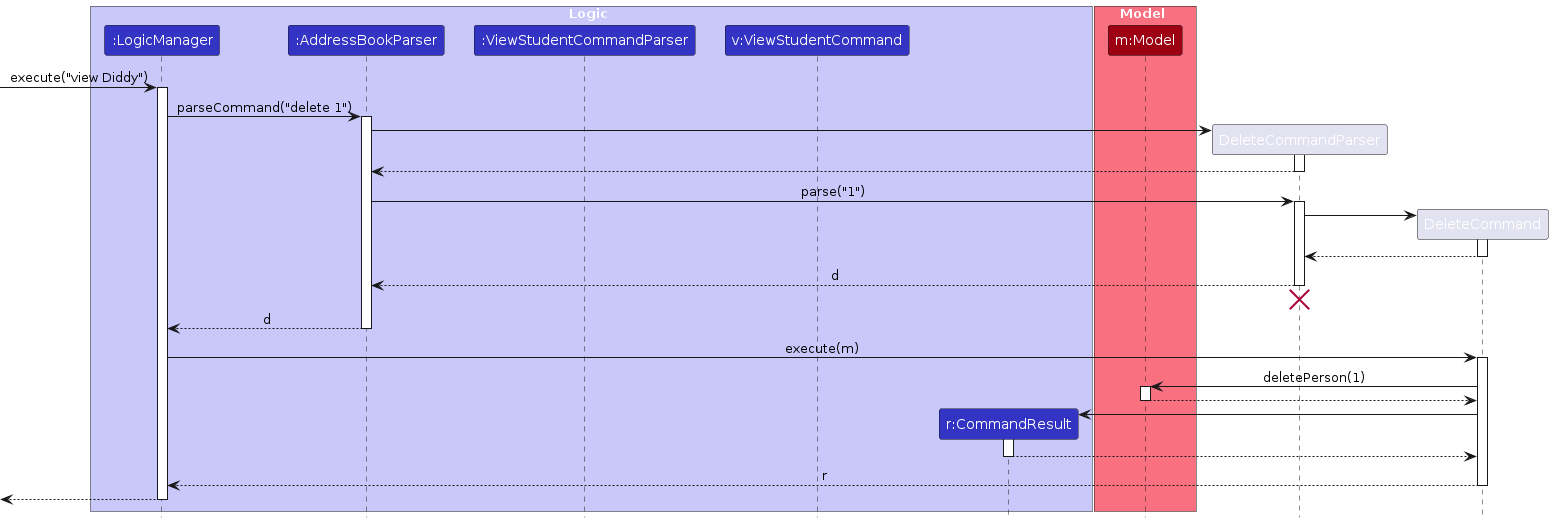
Above: diagrams/DeleteSequenceDiagram.png in AY2425S1-CS2103T-T16-4/tp (PlantUML), before the change. Its source is kept beside it as diagrams/DeleteSequenceDiagram.puml.
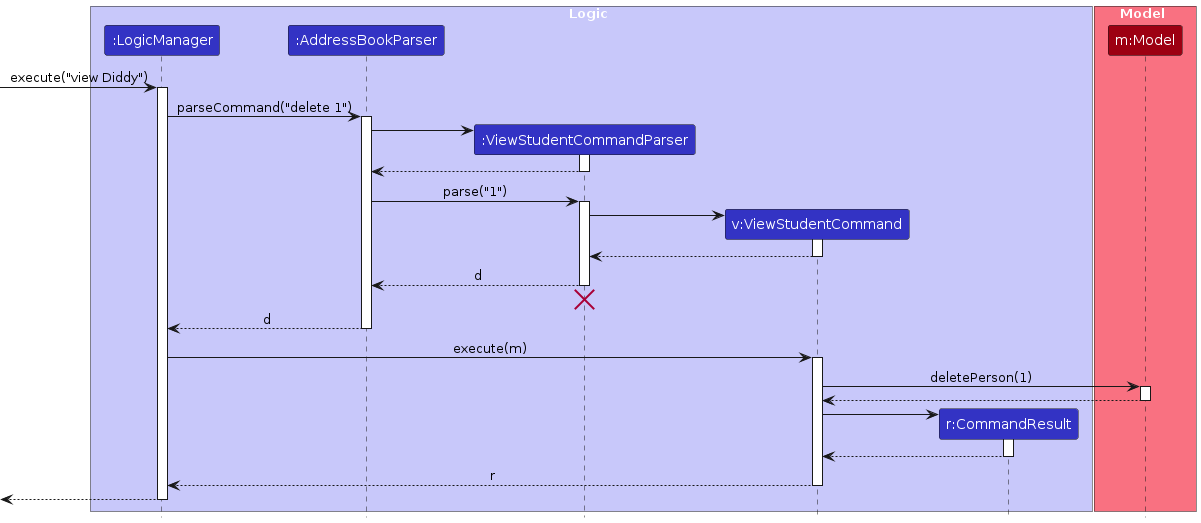
The same file after the commit.

The edit, as a diff of the source:
```diff
@@ -20,49 +20,49 @@
 LogicManager -> AddressBookParser : parseCommand("delete 1")
 activate AddressBookParser
 
-create DeleteCommandParser
-AddressBookParser -> DeleteCommandParser
-activate DeleteCommandParser
+create ViewStudentCommandParser
+AddressBookParser -> ViewStudentCommandParser
+activate ViewStudentCommandParser
 
-DeleteCommandParser --> AddressBookParser
-deactivate DeleteCommandParser
+ViewStudentCommandParser --> AddressBookParser
+deactivate ViewStudentCommandParser
 
-AddressBookParser -> DeleteCommandParser : parse("1")
-activate DeleteCommandParser
+AddressBookParser -> ViewStudentCommandParser : parse("1")
+activate ViewStudentCommandParser
 
-create DeleteCommand
-DeleteCommandParser -> DeleteCommand
-activate DeleteCommand
+create ViewStudentCommand
+ViewStudentCommandParser -> ViewStudentCommand
+activate ViewStudentCommand
 
-DeleteCommand --> DeleteCommandParser :
-deactivate DeleteCommand
+ViewStudentCommand --> ViewStudentCommandParser :
+deactivate ViewStudentCommand
 
-DeleteCommandParser --> AddressBookParser : d
-deactivate DeleteCommandParser
-DeleteCommandParser -[hidden]-> AddressBookParser
-destroy DeleteCommandParser
+ViewStudentCommandParser --> AddressBookParser : d
+deactivate ViewStudentCommandParser
+ViewStudentCommandParser -[hidden]-> AddressBookParser
+destroy ViewStudentCommandParser
 
 AddressBookParser --> LogicManager : d
 deactivate AddressBookParser
 
-LogicManager -> DeleteCommand : execute(m)
-activate DeleteCommand
+LogicManager -> ViewStudentCommand : execute(m)
+activate ViewStudentCommand
 
-DeleteCommand -> Model : deletePerson(1)
+ViewStudentCommand -> Model : deletePerson(1)
 activate Model
 
-Model --> DeleteCommand
+Model --> ViewStudentCommand
 deactivate Model
 
 create CommandResult
-DeleteCommand -> CommandResult
+ViewStudentCommand -> CommandResult
 activate CommandResult
 
-CommandResult --> DeleteCommand
+CommandResult --> ViewStudentCommand
 deactivate CommandResult
 
-DeleteCommand --> LogicManager : r
-deactivate DeleteCommand
+ViewStudentCommand --> LogicManager : r
+deactivate ViewStudentCommand
 
 [<--LogicManager
 deactivate LogicManager
```
